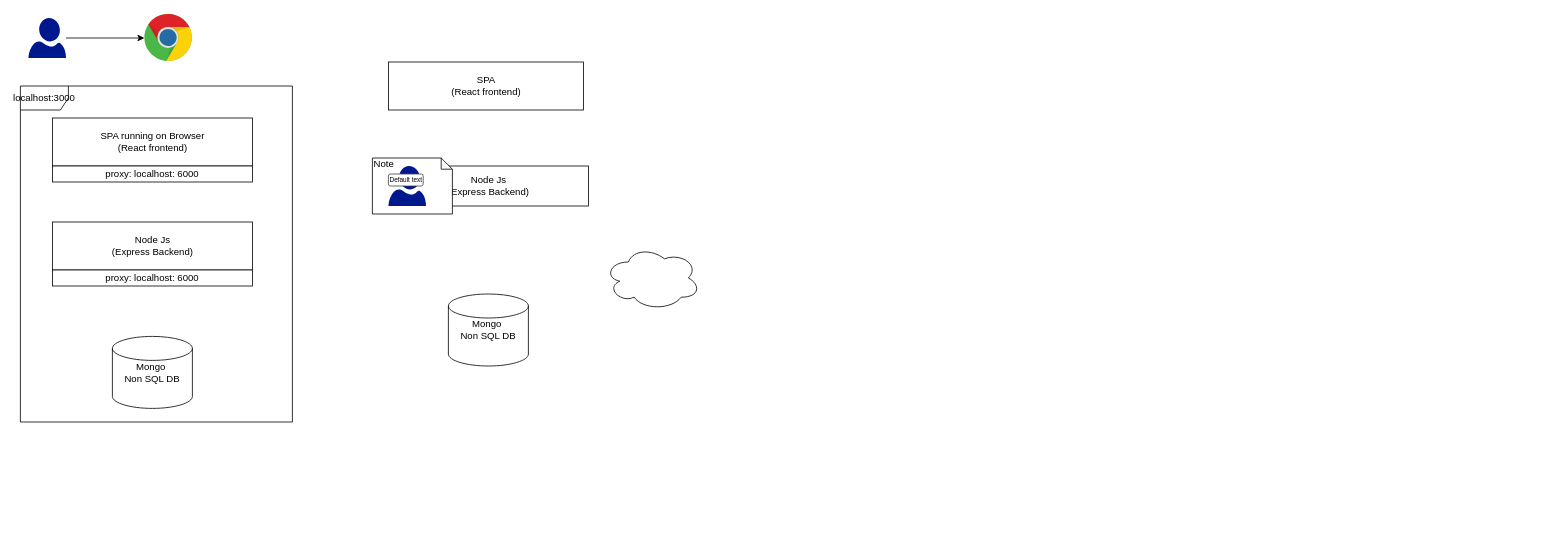
The draw.io diagram my-developer-portal-app/Untitled Diagram.drawio in JoyceZ-collabZone/buildAndDeployMyCapstoneProject, before the edit. Source tidied: cells renumbered, new cells numbered last; positions are measured from the earlier drawing's top-left corner, leaving out a move shared by most shapes. Both pictures are drawn from the tidied source at 80%, with x=0, y=0 at pixel (20, 14).
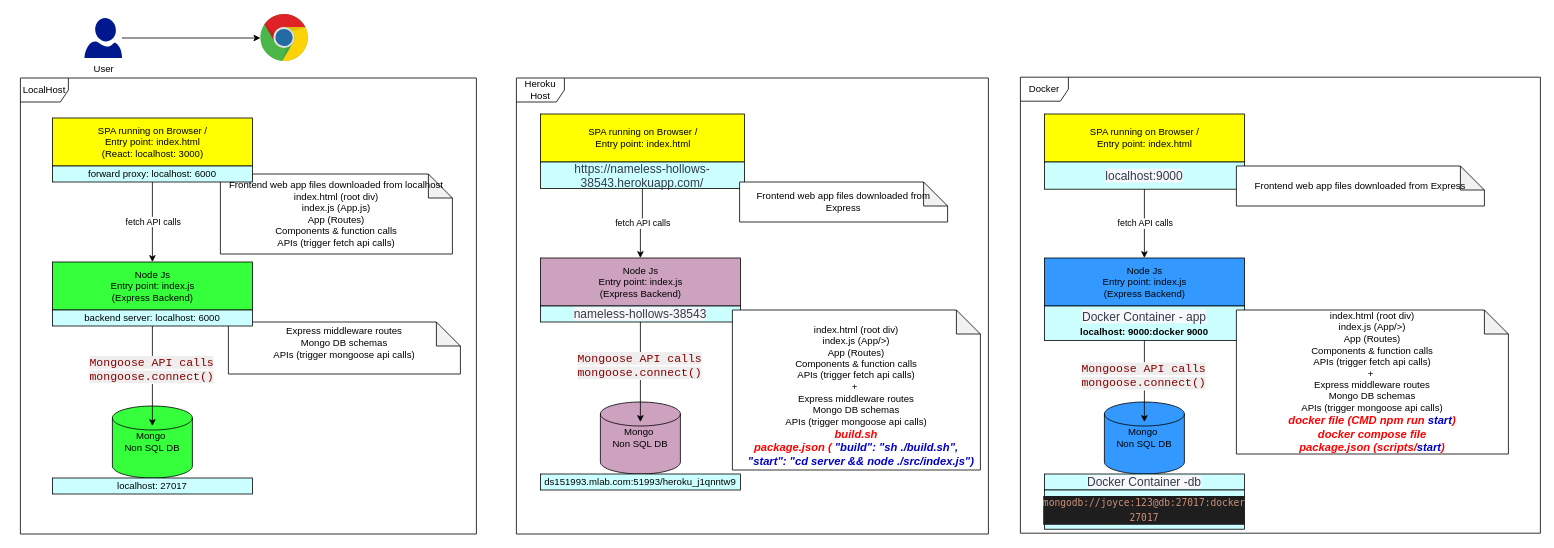
After the change.

Diff of the diagram source:
```diff
@@
-    <mxCell id="2" value="localhost:3000" style="shape=umlFrame;whiteSpace=wrap;html=1;" parent="1" vertex="1">
-      <mxGeometry y="90" width="340" height="420" as="geometry" />
-    </mxCell>
+    <mxCell id="18" value="LocalHost" style="shape=umlFrame;whiteSpace=wrap;html=1;strokeColor=#000000;fillColor=#FFFFFF;" parent="1" vertex="1">
+      <mxGeometry y="80" width="570" height="570" as="geometry" />
+    </mxCell>
+    <mxCell id="19" value="Heroku Host" style="shape=umlFrame;whiteSpace=wrap;html=1;strokeColor=#000000;fillColor=#FFFFFF;" parent="1" vertex="1">
+      <mxGeometry x="620" y="80" width="590" height="570" as="geometry" />
+    </mxCell>
+    <mxCell id="20" value="Express middleware routes&lt;br&gt;Mongo DB schemas&lt;br&gt;APIs (trigger mongoose api calls)&lt;br&gt;&amp;nbsp;" style="shape=note;whiteSpace=wrap;html=1;backgroundOutline=1;darkOpacity=0.05;" parent="1" vertex="1">
+      <mxGeometry x="260" y="385" width="290" height="65" as="geometry" />
+    </mxCell>
-    <mxCell id="3" value="Mongo&amp;nbsp;&lt;br&gt;Non SQL DB" style="shape=cylinder2;whiteSpace=wrap;html=1;boundedLbl=1;backgroundOutline=1;size=15;" parent="1" vertex="1">
-      <mxGeometry x="115" y="403" width="100" height="90" as="geometry" />
+    <mxCell id="3" value="Mongo&amp;nbsp;&lt;br&gt;Non SQL DB" style="shape=cylinder2;whiteSpace=wrap;html=1;boundedLbl=1;backgroundOutline=1;size=15;fillColor=#36FF3C;" parent="1" vertex="1">
+      <mxGeometry x="115" y="490" width="100" height="90" as="geometry" />
     </mxCell>
-    <mxCell id="4" value="SPA running on Browser&lt;br&gt;(React frontend)" style="html=1;" parent="1" vertex="1">
-      <mxGeometry x="40" y="130" width="250" height="60" as="geometry" />
-    </mxCell>
-    <mxCell id="5" value="Node Js&lt;br&gt;(Express Backend)" style="html=1;" parent="1" vertex="1">
-      <mxGeometry x="40" y="260" width="250" height="60" as="geometry" />
+    <mxCell id="5" value="Node Js&lt;br&gt;Entry point: index.js&lt;br&gt;(Express Backend)" style="html=1;fillColor=#36FF3C;" parent="1" vertex="1">
+      <mxGeometry x="40" y="310" width="250" height="60" as="geometry" />
     </mxCell>
-    <mxCell id="6" value="Mongo&amp;nbsp;&lt;br&gt;Non SQL DB" style="shape=cylinder2;whiteSpace=wrap;html=1;boundedLbl=1;backgroundOutline=1;size=15;" parent="1" vertex="1">
-      <mxGeometry x="535" y="350" width="100" height="90" as="geometry" />
-    </mxCell>
-    <mxCell id="7" value="SPA&lt;br&gt;(React frontend)" style="html=1;" parent="1" vertex="1">
-      <mxGeometry x="460" y="60" width="243.8" height="60" as="geometry" />
-    </mxCell>
-    <mxCell id="8" value="Node Js&lt;br&gt;(Express Backend)" style="html=1;" parent="1" vertex="1">
-      <mxGeometry x="460" y="190" width="250" height="50" as="geometry" />
-    </mxCell>
-    <mxCell id="9" value="Note" style="shape=note;whiteSpace=wrap;html=1;size=14;verticalAlign=top;align=left;spacingTop=-6;" parent="1" vertex="1">
-      <mxGeometry x="440" y="180" width="100" height="70" as="geometry" />
-    </mxCell>
     <mxCell id="10" style="dashed=0;outlineConnect=0;html=1;align=center;labelPosition=center;verticalLabelPosition=bottom;verticalAlign=top;shape=mxgraph.weblogos.chrome;" parent="1" vertex="1">
-      <mxGeometry x="155" width="60" height="60" as="geometry" />
+      <mxGeometry x="300" width="60" height="60" as="geometry" />
     </mxCell>
-    <mxCell id="11" style="shadow=0;dashed=0;html=1;strokeColor=none;labelPosition=center;verticalLabelPosition=bottom;verticalAlign=top;align=center;fillColor=#00188D;shape=mxgraph.azure.user;" parent="1" vertex="1">
-      <mxGeometry x="460" y="190" width="47" height="50" as="geometry" />
-    </mxCell>
@@
-    <mxCell id="13" style="shadow=0;dashed=0;html=1;strokeColor=none;labelPosition=center;verticalLabelPosition=bottom;verticalAlign=top;align=center;fillColor=#00188D;shape=mxgraph.azure.user;" parent="1" vertex="1">
-      <mxGeometry x="10" y="5" width="47" height="50" as="geometry" />
+    <mxCell id="13" value="User" style="shadow=0;dashed=0;html=1;strokeColor=none;labelPosition=center;verticalLabelPosition=bottom;verticalAlign=top;align=center;fillColor=#00188D;shape=mxgraph.azure.user;" parent="1" vertex="1">
+      <mxGeometry x="80" y="5" width="47" height="50" as="geometry" />
     </mxCell>
-    <mxCell id="14" value="Default text" style="strokeWidth=1;html=1;shadow=0;dashed=0;shape=mxgraph.ios.iTextInput;strokeColor=#444444;buttonText=;fontSize=8;whiteSpace=wrap;align=left;" parent="1" vertex="1">
-      <mxGeometry x="460" y="200" width="43.5" height="15" as="geometry" />
-    </mxCell>
-    <mxCell id="15" style="ellipse;shape=cloud;whiteSpace=wrap;html=1;" parent="1" vertex="1">
-      <mxGeometry x="730" y="290" width="120" height="80" as="geometry" />
-    </mxCell>
+    <mxCell id="21" style="edgeStyle=orthogonalEdgeStyle;rounded=0;jettySize=auto;html=1;exitX=0.5;exitY=1;exitDx=0;exitDy=0;entryX=0.5;entryY=0.278;entryDx=0;entryDy=0;entryPerimeter=0;" parent="1" edge="1" source="17" target="3">
+      <mxGeometry relative="1" as="geometry" />
+    </mxCell>
+    <mxCell id="22" value="&lt;span style=&quot;color: rgb(136 , 0 , 0) ; font-family: monospace , monospace ; font-size: 14.4px ; background-color: rgb(238 , 238 , 238)&quot;&gt;Mongoose API calls&lt;br&gt;mongoose.connect()&lt;/span&gt;" style="edgeLabel;html=1;align=center;verticalAlign=middle;" parent="21" vertex="1">
+      <mxGeometry x="-0.14" y="-2" relative="1" as="geometry" />
+    </mxCell>
+    <mxCell id="17" value="&lt;span&gt;backend server: localhost: 6000&lt;/span&gt;" style="rounded=0;whiteSpace=wrap;html=1;fillColor=#CCFFFF;" parent="1" vertex="1">
+      <mxGeometry x="40" y="370" width="250" height="20" as="geometry" />
+    </mxCell>
+    <mxCell id="23" value="localhost: 27017" style="rounded=0;whiteSpace=wrap;html=1;fillColor=#CCFFFF;" parent="1" vertex="1">
+      <mxGeometry x="40" y="580" width="250" height="20" as="geometry" />
+    </mxCell>
+    <mxCell id="24" value="Frontend web app files downloaded from localhost&lt;br&gt;index.html (root div)&lt;br&gt;index.js (App.js)&lt;br&gt;App (Routes)&lt;br&gt;Components &amp;amp; function calls&lt;br&gt;APIs (trigger fetch api calls)" style="shape=note;whiteSpace=wrap;html=1;backgroundOutline=1;darkOpacity=0.05;" parent="1" vertex="1">
+      <mxGeometry x="250" y="200" width="290" height="100" as="geometry" />
+    </mxCell>
+    <mxCell id="25" style="group;fillColor=#FFFF00;" parent="1" vertex="1">
+      <mxGeometry x="40" y="130" width="250" height="80" as="geometry" />
+    </mxCell>
+    <mxCell id="4" value="SPA running on Browser /&lt;br&gt;Entry point: index.html&lt;br&gt;(React:&amp;nbsp;&lt;span&gt;localhost: 3000&lt;/span&gt;)" style="html=1;fillColor=#FFFF00;" parent="25" vertex="1">
+      <mxGeometry width="250" height="60" as="geometry" />
+    </mxCell>
-    <mxCell id="16" value="proxy: localhost: 6000" style="rounded=0;whiteSpace=wrap;html=1;" parent="1" vertex="1">
-      <mxGeometry x="40" y="190" width="250" height="20" as="geometry" />
+    <mxCell id="16" value="forward proxy: localhost: 6000" style="rounded=0;whiteSpace=wrap;html=1;fillColor=#CCFFFF;strokeColor=#000000;" parent="25" vertex="1">
+      <mxGeometry y="60" width="250" height="20" as="geometry" />
     </mxCell>
-    <mxCell id="17" value="&lt;span&gt;proxy: localhost: 6000&lt;/span&gt;" style="rounded=0;whiteSpace=wrap;html=1;" parent="1" vertex="1">
-      <mxGeometry x="40" y="320" width="250" height="20" as="geometry" />
-    </mxCell>
+    <mxCell id="26" style="edgeStyle=orthogonalEdgeStyle;rounded=0;jettySize=auto;html=1;entryX=0.5;entryY=0;entryDx=0;entryDy=0;" parent="1" edge="1" source="16" target="5">
+      <mxGeometry relative="1" as="geometry" />
+    </mxCell>
+    <mxCell id="27" value="fetch API calls" style="edgeLabel;html=1;align=center;verticalAlign=middle;" parent="26" vertex="1">
+      <mxGeometry x="-0.02" relative="1" as="geometry" />
+    </mxCell>
+    <mxCell id="28" value="Mongo&amp;nbsp;&lt;br&gt;Non SQL DB" style="shape=cylinder2;whiteSpace=wrap;html=1;boundedLbl=1;backgroundOutline=1;size=15;fillColor=#CDA2BE;" parent="1" vertex="1">
+      <mxGeometry x="725" y="485" width="100" height="90" as="geometry" />
+    </mxCell>
+    <mxCell id="29" value="Node Js&lt;br&gt;Entry point: index.js&lt;br&gt;(Express Backend)" style="html=1;fillColor=#CDA2BE;" parent="1" vertex="1">
+      <mxGeometry x="650" y="305" width="250" height="60" as="geometry" />
+    </mxCell>
+    <mxCell id="30" style="edgeStyle=orthogonalEdgeStyle;rounded=0;jettySize=auto;html=1;exitX=0.5;exitY=1;exitDx=0;exitDy=0;entryX=0.5;entryY=0.278;entryDx=0;entryDy=0;entryPerimeter=0;" parent="1" edge="1" source="32" target="28">
+      <mxGeometry relative="1" as="geometry" />
+    </mxCell>
+    <mxCell id="31" value="&lt;span style=&quot;color: rgb(136 , 0 , 0) ; font-family: monospace , monospace ; font-size: 14.4px ; background-color: rgb(238 , 238 , 238)&quot;&gt;Mongoose API calls&lt;br&gt;mongoose.connect()&lt;/span&gt;" style="edgeLabel;html=1;align=center;verticalAlign=middle;" parent="30" vertex="1">
+      <mxGeometry x="-0.14" y="-2" relative="1" as="geometry" />
+    </mxCell>
+    <mxCell id="32" value="&lt;span style=&quot;color: rgb(50 , 59 , 73) ; font-family: , &amp;#34;helvetica neue&amp;#34; , &amp;#34;helvetica&amp;#34; , &amp;#34;arial&amp;#34; , sans-serif ; font-size: 15px ; background-color: rgb(247 , 248 , 251)&quot;&gt;nameless-hollows-38543&lt;/span&gt;" style="rounded=0;whiteSpace=wrap;html=1;fillColor=#CCFFFF;" parent="1" vertex="1">
+      <mxGeometry x="650" y="365" width="250" height="20" as="geometry" />
+    </mxCell>
+    <mxCell id="33" value="ds151993.mlab.com:51993/heroku_j1qnntw9" style="rounded=0;whiteSpace=wrap;html=1;fillColor=#CCFFFF;" parent="1" vertex="1">
+      <mxGeometry x="650" y="575" width="250" height="20" as="geometry" />
+    </mxCell>
+    <mxCell id="34" style="group;fillColor=#FFFF00;" parent="1" vertex="1">
+      <mxGeometry x="650" y="125" width="255" height="93" as="geometry" />
+    </mxCell>
+    <mxCell id="35" value="SPA running on Browser /&lt;br&gt;Entry point: index.html" style="html=1;fillColor=#FFFF00;" parent="34" vertex="1">
+      <mxGeometry width="255" height="60" as="geometry" />
+    </mxCell>
+    <mxCell id="36" value="&lt;font color=&quot;#323b49&quot;&gt;&lt;span style=&quot;font-size: 15px&quot;&gt;https://nameless-hollows-38543.herokuapp.com/&lt;/span&gt;&lt;/font&gt;" style="rounded=0;whiteSpace=wrap;html=1;fillColor=#CCFFFF;strokeColor=#000000;" parent="34" vertex="1">
+      <mxGeometry y="60" width="255" height="33" as="geometry" />
+    </mxCell>
+    <mxCell id="37" style="edgeStyle=orthogonalEdgeStyle;rounded=0;jettySize=auto;html=1;entryX=0.5;entryY=0;entryDx=0;entryDy=0;" parent="1" edge="1" source="36" target="29">
+      <mxGeometry relative="1" as="geometry" />
+    </mxCell>
+    <mxCell id="38" value="fetch API calls" style="edgeLabel;html=1;align=center;verticalAlign=middle;" parent="37" vertex="1">
+      <mxGeometry x="-0.02" relative="1" as="geometry" />
+    </mxCell>
+    <mxCell id="39" value="Frontend web app files downloaded from Express" style="shape=note;whiteSpace=wrap;html=1;backgroundOutline=1;darkOpacity=0.05;" parent="1" vertex="1">
+      <mxGeometry x="899" y="210" width="260" height="50" as="geometry" />
+    </mxCell>
+    <mxCell id="40" value="&lt;br&gt;index.html (root div)&lt;br&gt;index.js (App/&amp;gt;)&lt;br&gt;App (Routes)&lt;br&gt;Components &amp;amp; function calls&lt;br&gt;APIs (trigger fetch api calls)&lt;br&gt;+&amp;nbsp;&lt;br&gt;Express middleware routes&lt;br&gt;Mongo DB schemas&lt;br&gt;APIs (trigger mongoose api calls)&lt;br&gt;&lt;i&gt;&lt;font color=&quot;#ff0000&quot; style=&quot;font-size: 14px&quot;&gt;&lt;b&gt;build.sh&lt;br&gt;package.json (&lt;/b&gt;&lt;/font&gt;&lt;/i&gt;&lt;span style=&quot;font-size: 14px&quot;&gt;&lt;b&gt;&lt;i&gt;&lt;font color=&quot;#ff0000&quot;&gt;&amp;nbsp;&lt;/font&gt;&lt;font color=&quot;#0000cc&quot;&gt;&quot;build&quot;: &quot;sh ./build.sh&quot;,&lt;/font&gt;&lt;br&gt;&lt;font color=&quot;#0000cc&quot;&gt;&amp;nbsp; &amp;nbsp; &quot;start&quot;: &quot;cd server &amp;amp;&amp;amp; node ./src/index.js&quot;)&lt;/font&gt;&lt;/i&gt;&lt;/b&gt;&lt;/span&gt;&lt;font color=&quot;#0000cc&quot;&gt;&amp;nbsp;&lt;/font&gt;" style="shape=note;whiteSpace=wrap;html=1;backgroundOutline=1;darkOpacity=0.05;" parent="1" vertex="1">
+      <mxGeometry x="890" y="370" width="310" height="200" as="geometry" />
+    </mxCell>
+    <mxCell id="41" value="Docker" style="shape=umlFrame;whiteSpace=wrap;html=1;strokeColor=#000000;fillColor=#FFFFFF;" parent="1" vertex="1">
+      <mxGeometry x="1250" y="79" width="650" height="570" as="geometry" />
+    </mxCell>
+    <mxCell id="42" value="Mongo&amp;nbsp;&lt;br&gt;Non SQL DB" style="shape=cylinder2;whiteSpace=wrap;html=1;boundedLbl=1;backgroundOutline=1;size=15;fillColor=#3399FF;" parent="1" vertex="1">
+      <mxGeometry x="1355" y="485" width="100" height="90" as="geometry" />
+    </mxCell>
+    <mxCell id="43" value="Node Js&lt;br&gt;Entry point: index.js&lt;br&gt;(Express Backend)" style="html=1;fillColor=#3399FF;" parent="1" vertex="1">
+      <mxGeometry x="1280" y="305" width="250" height="60" as="geometry" />
+    </mxCell>
+    <mxCell id="44" style="edgeStyle=orthogonalEdgeStyle;rounded=0;jettySize=auto;html=1;exitX=0.5;exitY=1;exitDx=0;exitDy=0;entryX=0.5;entryY=0.278;entryDx=0;entryDy=0;entryPerimeter=0;" parent="1" edge="1" source="46" target="42">
+      <mxGeometry relative="1" as="geometry" />
+    </mxCell>
+    <mxCell id="45" value="&lt;span style=&quot;color: rgb(136 , 0 , 0) ; font-family: monospace , monospace ; font-size: 14.4px ; background-color: rgb(238 , 238 , 238)&quot;&gt;Mongoose API calls&lt;br&gt;mongoose.connect()&lt;/span&gt;" style="edgeLabel;html=1;align=center;verticalAlign=middle;" parent="44" vertex="1">
+      <mxGeometry x="-0.14" y="-2" relative="1" as="geometry" />
+    </mxCell>
+    <mxCell id="46" value="&lt;span style=&quot;color: rgb(50 , 59 , 73) ; font-family: , &amp;#34;helvetica neue&amp;#34; , &amp;#34;helvetica&amp;#34; , &amp;#34;arial&amp;#34; , sans-serif ; font-size: 15px ; background-color: rgb(247 , 248 , 251)&quot;&gt;Docker Container - app&lt;br&gt;&lt;/span&gt;&lt;b&gt;localhost: 9000:docker 9000&lt;/b&gt;&lt;span style=&quot;color: rgb(50 , 59 , 73) ; font-family: , &amp;#34;helvetica neue&amp;#34; , &amp;#34;helvetica&amp;#34; , &amp;#34;arial&amp;#34; , sans-serif ; font-size: 15px ; background-color: rgb(247 , 248 , 251)&quot;&gt;&lt;br&gt;&lt;/span&gt;" style="rounded=0;whiteSpace=wrap;html=1;fillColor=#CCFFFF;" parent="1" vertex="1">
+      <mxGeometry x="1280" y="365" width="250" height="43" as="geometry" />
+    </mxCell>
+    <mxCell id="47" value="&lt;span style=&quot;color: rgb(50 , 59 , 73) ; font-size: 15px ; background-color: rgb(247 , 248 , 251)&quot;&gt;Docker Container -db&lt;/span&gt;" style="rounded=0;whiteSpace=wrap;html=1;fillColor=#CCFFFF;" parent="1" vertex="1">
+      <mxGeometry x="1280" y="575" width="250" height="20" as="geometry" />
+    </mxCell>
+    <mxCell id="48" style="group;fillColor=#FFFF00;" parent="1" vertex="1">
+      <mxGeometry x="1280" y="125" width="250" height="94" as="geometry" />
+    </mxCell>
+    <mxCell id="49" value="SPA running on Browser /&lt;br&gt;Entry point: index.html" style="html=1;fillColor=#FFFF00;" parent="48" vertex="1">
+      <mxGeometry width="250" height="60" as="geometry" />
+    </mxCell>
+    <mxCell id="50" value="&lt;span style=&quot;color: rgb(50 , 59 , 73) ; font-family: , &amp;#34;helvetica neue&amp;#34; , &amp;#34;helvetica&amp;#34; , &amp;#34;arial&amp;#34; , sans-serif ; font-size: 15px ; background-color: rgb(247 , 248 , 251)&quot;&gt;localhost:9000&lt;/span&gt;" style="rounded=0;whiteSpace=wrap;html=1;fillColor=#CCFFFF;strokeColor=#000000;" parent="48" vertex="1">
+      <mxGeometry y="60" width="250" height="34" as="geometry" />
+    </mxCell>
+    <mxCell id="51" style="edgeStyle=orthogonalEdgeStyle;rounded=0;jettySize=auto;html=1;entryX=0.5;entryY=0;entryDx=0;entryDy=0;" parent="1" edge="1" source="50" target="43">
+      <mxGeometry relative="1" as="geometry" />
+    </mxCell>
+    <mxCell id="52" value="fetch API calls" style="edgeLabel;html=1;align=center;verticalAlign=middle;" parent="51" vertex="1">
+      <mxGeometry x="-0.02" relative="1" as="geometry" />
+    </mxCell>
+    <mxCell id="53" value="Frontend web app files downloaded from Express" style="shape=note;whiteSpace=wrap;html=1;backgroundOutline=1;darkOpacity=0.05;" parent="1" vertex="1">
+      <mxGeometry x="1520" y="190" width="310" height="50" as="geometry" />
+    </mxCell>
+    <mxCell id="54" value="&lt;br&gt;index.html (root div)&lt;br&gt;index.js (App/&amp;gt;)&lt;br&gt;App (Routes)&lt;br&gt;Components &amp;amp; function calls&lt;br&gt;APIs (trigger fetch api calls)&lt;br&gt;+&amp;nbsp;&lt;br&gt;Express middleware routes&lt;br&gt;Mongo DB schemas&lt;br&gt;APIs (trigger mongoose api calls)&lt;br&gt;&lt;i&gt;&lt;font style=&quot;font-size: 14px&quot;&gt;&lt;b&gt;&lt;font color=&quot;#ff0000&quot;&gt;docker file (CMD npm run &lt;/font&gt;&lt;font color=&quot;#0000cc&quot;&gt;start&lt;/font&gt;&lt;font color=&quot;#ff0000&quot;&gt;)&lt;/font&gt;&lt;br&gt;&lt;font color=&quot;#ff0000&quot;&gt;docker compose file&lt;/font&gt;&lt;br&gt;&lt;font color=&quot;#ff0000&quot;&gt;package.json (scripts/&lt;/font&gt;&lt;font color=&quot;#0000cc&quot;&gt;start&lt;/font&gt;&lt;font color=&quot;#ff0000&quot;&gt;)&lt;/font&gt;&lt;/b&gt;&lt;/font&gt;&lt;/i&gt;&lt;br&gt;&amp;nbsp;" style="shape=note;whiteSpace=wrap;html=1;backgroundOutline=1;darkOpacity=0.05;" parent="1" vertex="1">
+      <mxGeometry x="1520" y="370" width="340" height="180" as="geometry" />
+    </mxCell>
+    <mxCell id="55" value="&lt;div style=&quot;color: rgb(212 , 212 , 212) ; background-color: rgb(30 , 30 , 30) ; font-family: &amp;#34;menlo&amp;#34; , &amp;#34;monaco&amp;#34; , &amp;#34;courier new&amp;#34; , monospace ; line-height: 18px&quot;&gt;&lt;span style=&quot;color: rgb(206 , 145 , 120)&quot;&gt;mongodb://joyce:123@db:27017:docker 27017&lt;/span&gt;&lt;br&gt;&lt;/div&gt;" style="rounded=0;whiteSpace=wrap;html=1;fillColor=#CCFFFF;" parent="1" vertex="1">
+      <mxGeometry x="1280" y="595" width="250" height="49" as="geometry" />
+    </mxCell>
```
